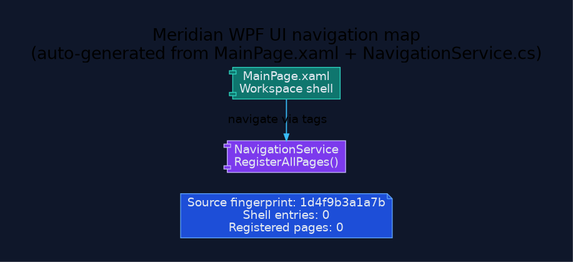
rodoHasArrived/Meridian-main keeps this Graphviz diagram as docs/diagrams/ui-navigation-map.png. Above is the earlier version. Its source is kept beside it as docs/diagrams/ui-navigation-map.dot.
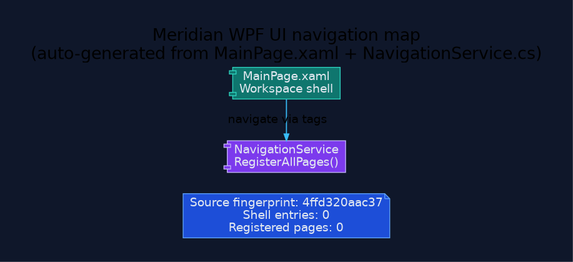
Above is the later version.

The edit, as a diff of the source:
```diff
@@ -13,7 +13,7 @@
   node [fontname="Segoe UI", shape=box, style="rounded,filled", color="#475569", fontcolor="#e2e8f0", fillcolor="#1e293b"];
   edge [fontname="Segoe UI", color="#94a3b8", penwidth=1.3, arrowsize=0.8];
 
-  generated [shape=note, fillcolor="#1d4ed8", color="#60a5fa", label="Source fingerprint: 1d4f9b3a1a7b\nShell entries: 0\nRegistered pages: 0"];
+  generated [shape=note, fillcolor="#1d4ed8", color="#60a5fa", label="Source fingerprint: 4ffd320aac37\nShell entries: 0\nRegistered pages: 0"];
   shell [shape=component, fillcolor="#0f766e", color="#2dd4bf", label="MainPage.xaml\nWorkspace shell"];
   navigation [shape=component, fillcolor="#7c3aed", color="#c4b5fd", label="NavigationService\nRegisterAllPages()"];
   shell -> navigation [label="navigate via tags", color="#38bdf8"];
```
